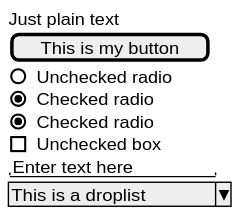
Before: doc/g_/gui3.svg, a diagram exported from PlantUML (badeand/documatic). Its source is kept beside it as doc/gui3.puml. The source it was exported from:
```plantuml
@startuml

salt
{
  Just plain text
  [This is my button]
  ()  Unchecked radio
  (X) Checked radio
  (X) Checked radio
  []  Unchecked box
  "Enter text here   "
  ^This is a droplist^
}
@enduml
```
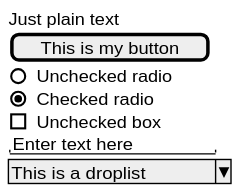
Above is the later version.

Change to the diagram source:
```diff
@@ -6,7 +6,7 @@
   [This is my button]
   ()  Unchecked radio
   (X) Checked radio
-  (X) Checked radio
+
   []  Unchecked box
   "Enter text here   "
   ^This is a droplist^
```
